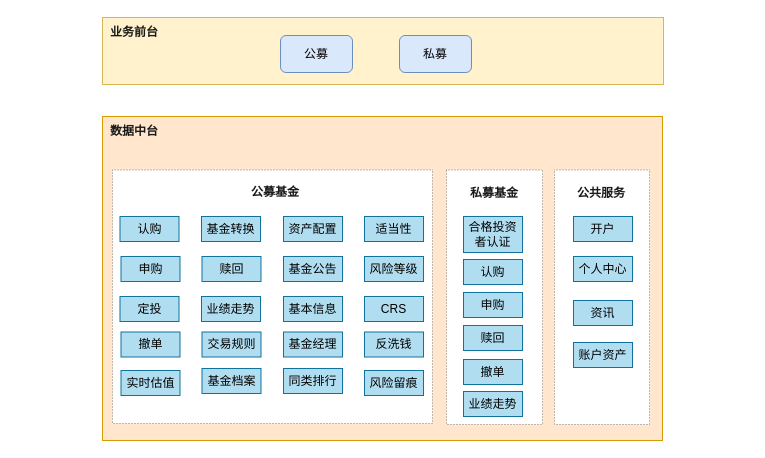
Earlier version of the draw.io diagram 微信财富公众号系统-总体架构.drawio (ammengke/my-drawio). Source tidied: cells renumbered, new cells numbered last; positions are measured from the earlier drawing's top-left corner, leaving out a move shared by most shapes. Both pictures are drawn from the tidied source at 100%, with x=0, y=0 at pixel (102, 17).
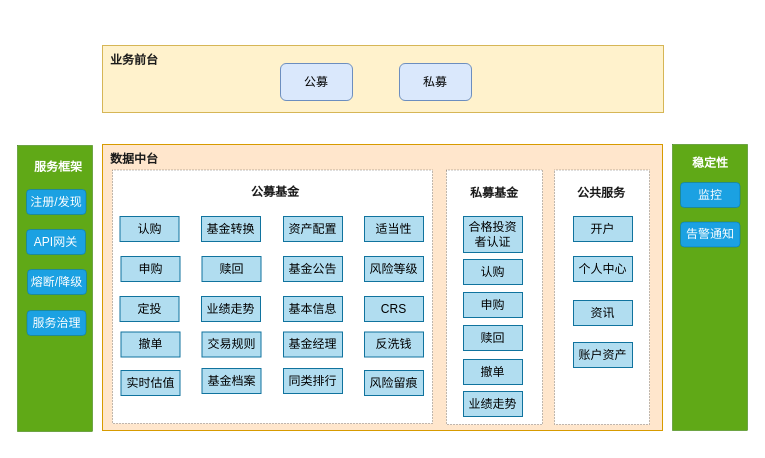
Above is the later version.

Commit message (it also covers changes not shown here):
更新微信财富公众号系统-总体架构.drawio

What changed in the source:
```diff
@@
     <mxCell id="2" style="rounded=0;whiteSpace=wrap;html=1;fillColor=#fff2cc;strokeColor=#d6b656;" parent="1" vertex="1">
-      <mxGeometry width="561" height="67" as="geometry" />
+      <mxGeometry y="28" width="561" height="67" as="geometry" />
     </mxCell>
     <mxCell id="3" value="公募" style="rounded=1;whiteSpace=wrap;html=1;fillColor=#dae8fc;strokeColor=#6c8ebf;" parent="1" vertex="1">
-      <mxGeometry x="178" y="18" width="72" height="37" as="geometry" />
+      <mxGeometry x="178" y="46" width="72" height="37" as="geometry" />
     </mxCell>
     <mxCell id="4" value="业务前台" style="text;html=1;strokeColor=none;fillColor=none;align=center;verticalAlign=middle;whiteSpace=wrap;rounded=0;fontStyle=1;fontColor=#1A1A1A;" parent="1" vertex="1">
-      <mxGeometry x="2" width="60" height="30" as="geometry" />
+      <mxGeometry x="2" y="28" width="60" height="30" as="geometry" />
     </mxCell>
     <mxCell id="5" value="私募" style="rounded=1;whiteSpace=wrap;html=1;fillColor=#dae8fc;strokeColor=#6c8ebf;" parent="1" vertex="1">
-      <mxGeometry x="297" y="18" width="72" height="37" as="geometry" />
+      <mxGeometry x="297" y="46" width="72" height="37" as="geometry" />
     </mxCell>
     <mxCell id="6" style="rounded=0;whiteSpace=wrap;html=1;fillColor=#ffe6cc;strokeColor=#d79b00;" parent="1" vertex="1">
-      <mxGeometry y="99" width="560" height="324" as="geometry" />
+      <mxGeometry y="127" width="560" height="286" as="geometry" />
     </mxCell>
@@
     <mxCell id="10" value="数据中台" style="text;html=1;strokeColor=none;fillColor=none;align=center;verticalAlign=middle;whiteSpace=wrap;rounded=0;dashed=1;dashPattern=1 2;fontColor=#1A1A1A;fontStyle=1;" parent="1" vertex="1">
-      <mxGeometry x="2" y="99" width="60" height="30" as="geometry" />
+      <mxGeometry x="2" y="127" width="60" height="30" as="geometry" />
     </mxCell>
@@
+    <mxCell id="45" style="rounded=0;whiteSpace=wrap;html=1;fontColor=#ffffff;strokeColor=#2D7600;strokeWidth=0.5;fillColor=#60a917;" parent="1" vertex="1">
+      <mxGeometry x="-85" y="128" width="75" height="286" as="geometry" />
+    </mxCell>
+    <mxCell id="46" value="服务框架" style="text;html=1;align=center;verticalAlign=middle;whiteSpace=wrap;rounded=0;fontStyle=1;fontColor=#FFFFFF;" parent="1" vertex="1">
+      <mxGeometry x="-74" y="135" width="60" height="30" as="geometry" />
+    </mxCell>
+    <mxCell id="47" value="注册/发现" style="rounded=1;whiteSpace=wrap;html=1;fontColor=#ffffff;strokeColor=#006EAF;strokeWidth=0.5;fillColor=#1ba1e2;" parent="1" vertex="1">
+      <mxGeometry x="-76" y="172" width="59.5" height="25" as="geometry" />
+    </mxCell>
+    <mxCell id="48" value="API网关" style="rounded=1;whiteSpace=wrap;html=1;fontColor=#ffffff;strokeColor=#006EAF;strokeWidth=0.5;fillColor=#1ba1e2;" parent="1" vertex="1">
+      <mxGeometry x="-76" y="212" width="59" height="25" as="geometry" />
+    </mxCell>
+    <mxCell id="49" value="服务治理" style="rounded=1;whiteSpace=wrap;html=1;fontColor=#ffffff;strokeColor=#006EAF;strokeWidth=0.5;fillColor=#1ba1e2;" parent="1" vertex="1">
+      <mxGeometry x="-75.5" y="293" width="59" height="25" as="geometry" />
+    </mxCell>
+    <mxCell id="50" value="熔断/降级" style="rounded=1;whiteSpace=wrap;html=1;fontColor=#ffffff;strokeColor=#006EAF;strokeWidth=0.5;fillColor=#1ba1e2;" parent="1" vertex="1">
+      <mxGeometry x="-75" y="252" width="59" height="25" as="geometry" />
+    </mxCell>
+    <mxCell id="51" style="rounded=0;whiteSpace=wrap;html=1;fontColor=#ffffff;strokeColor=#2D7600;strokeWidth=0.5;fillColor=#60a917;" parent="1" vertex="1">
+      <mxGeometry x="570" y="127" width="75" height="286" as="geometry" />
+    </mxCell>
+    <mxCell id="52" value="稳定性" style="text;html=1;align=center;verticalAlign=middle;whiteSpace=wrap;rounded=0;fontStyle=1;fontColor=#FFFFFF;" parent="1" vertex="1">
+      <mxGeometry x="577.5" y="131" width="60" height="30" as="geometry" />
+    </mxCell>
+    <mxCell id="53" value="监控" style="rounded=1;whiteSpace=wrap;html=1;fontColor=#ffffff;strokeColor=#006EAF;strokeWidth=0.5;fillColor=#1ba1e2;" parent="1" vertex="1">
+      <mxGeometry x="578" y="165" width="59.5" height="25" as="geometry" />
+    </mxCell>
+    <mxCell id="54" value="告警通知" style="rounded=1;whiteSpace=wrap;html=1;fontColor=#ffffff;strokeColor=#006EAF;strokeWidth=0.5;fillColor=#1ba1e2;" parent="1" vertex="1">
+      <mxGeometry x="578" y="204.5" width="59.5" height="25" as="geometry" />
+    </mxCell>
```
